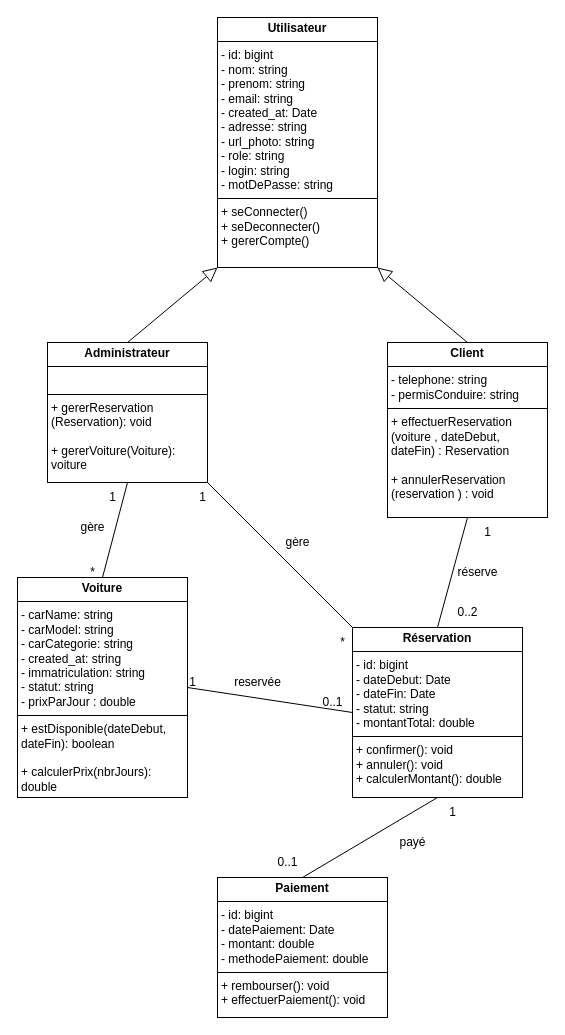
Earlier version of the draw.io diagram conception/class-diagramm.drawio (Marcel-Fassou-28/rentcar_project). Source tidied: cells renumbered, new cells numbered last; positions are measured from the earlier drawing's top-left corner, leaving out a move shared by most shapes. Both pictures are drawn from the tidied source at 100%, with x=0, y=0 at pixel (17, 17).
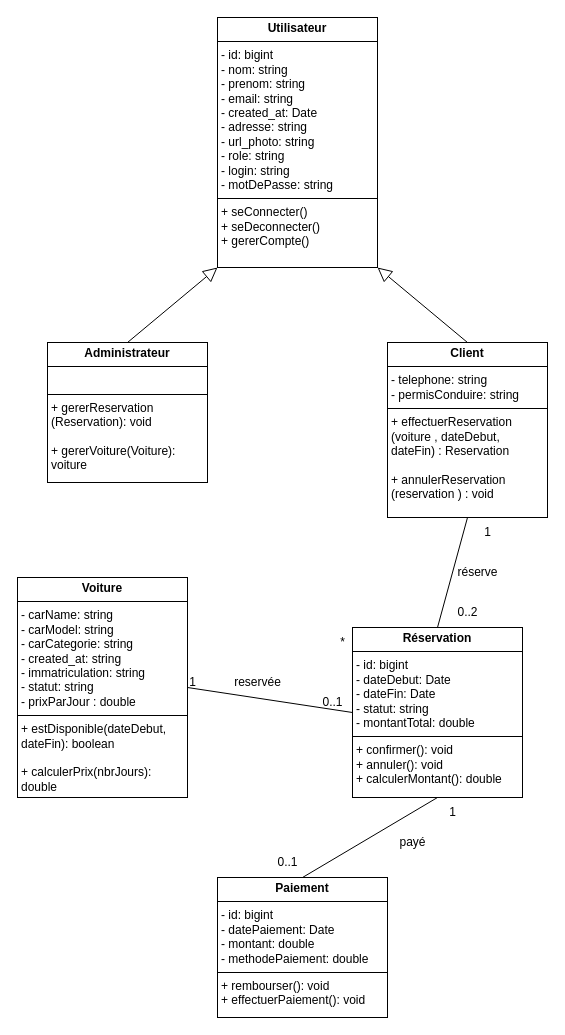
After the change.

Unchanged cells that the change refers to:
```xml
<mxCell id="3" value="&lt;p style=&quot;margin:0px;margin-top:4px;text-align:center;&quot;&gt;&lt;b&gt;Administrateur&lt;/b&gt;&lt;/p&gt;&lt;hr size=&quot;1&quot; style=&quot;border-style:solid;&quot;&gt;&lt;p style=&quot;margin:0px;margin-left:4px;&quot;&gt;&lt;br&gt;&lt;/p&gt;&lt;hr size=&quot;1&quot; style=&quot;border-style:solid;&quot;&gt;&lt;p style=&quot;margin:0px;margin-left:4px;&quot;&gt;+ gererReservation (Reservation): void&lt;/p&gt;&lt;p style=&quot;margin:0px;margin-left:4px;&quot;&gt;&lt;br&gt;&lt;/p&gt;&lt;p style=&quot;margin:0px;margin-left:4px;&quot;&gt;+ gererVoiture(Voiture): voiture&lt;/p&gt;" style="verticalAlign=top;align=left;overflow=fill;html=1;whiteSpace=wrap;" parent="1" vertex="1">
  <mxGeometry x="30" y="325" width="160" height="140" as="geometry" />
</mxCell>
<mxCell id="5" value="&lt;p style=&quot;margin:0px;margin-top:4px;text-align:center;&quot;&gt;&lt;b&gt;Voiture&lt;/b&gt;&lt;/p&gt;&lt;hr size=&quot;1&quot; style=&quot;border-style:solid;&quot;&gt;&lt;p style=&quot;margin:0px;margin-left:4px;&quot;&gt;- carName: string&lt;/p&gt;&lt;p style=&quot;margin:0px;margin-left:4px;&quot;&gt;- carModel: string&lt;/p&gt;&lt;p style=&quot;margin:0px;margin-left:4px;&quot;&gt;- carCategorie: string&lt;/p&gt;&lt;p style=&quot;margin:0px;margin-left:4px;&quot;&gt;- created_at: string&lt;/p&gt;&lt;p style=&quot;margin:0px;margin-left:4px;&quot;&gt;- immatriculation: string&lt;/p&gt;&lt;p style=&quot;margin:0px;margin-left:4px;&quot;&gt;- statut: string&lt;/p&gt;&lt;p style=&quot;margin:0px;margin-left:4px;&quot;&gt;- prixParJour : double&lt;/p&gt;&lt;hr size=&quot;1&quot; style=&quot;border-style:solid;&quot;&gt;&lt;p style=&quot;margin:0px;margin-left:4px;&quot;&gt;&lt;span style=&quot;background-color: transparent;&quot;&gt;+ estDisponible(dateDebut, dateFin): boolean&lt;/span&gt;&lt;/p&gt;&lt;p style=&quot;margin:0px;margin-left:4px;&quot;&gt;&lt;span style=&quot;background-color: transparent;&quot;&gt;&lt;br&gt;&lt;/span&gt;&lt;/p&gt;&lt;p style=&quot;margin:0px;margin-left:4px;&quot;&gt;&lt;span style=&quot;background-color: transparent;&quot;&gt;+ calculerPrix(nbrJours): double&lt;/span&gt;&lt;/p&gt;" style="verticalAlign=top;align=left;overflow=fill;html=1;whiteSpace=wrap;" parent="1" vertex="1">
  <mxGeometry y="560" width="170" height="220" as="geometry" />
</mxCell>
<mxCell id="6" value="&lt;p style=&quot;margin:0px;margin-top:4px;text-align:center;&quot;&gt;&lt;b&gt;Réservation&lt;/b&gt;&lt;/p&gt;&lt;hr size=&quot;1&quot; style=&quot;border-style:solid;&quot;&gt;&lt;p style=&quot;margin:0px;margin-left:4px;&quot;&gt;- id: bigint&lt;/p&gt;&lt;p style=&quot;margin:0px;margin-left:4px;&quot;&gt;- dateDebut: Date&lt;/p&gt;&lt;p style=&quot;margin:0px;margin-left:4px;&quot;&gt;- dateFin: Date&lt;/p&gt;&lt;p style=&quot;margin:0px;margin-left:4px;&quot;&gt;- statut: string&lt;/p&gt;&lt;p style=&quot;margin:0px;margin-left:4px;&quot;&gt;- montantTotal: double&lt;/p&gt;&lt;hr size=&quot;1&quot; style=&quot;border-style:solid;&quot;&gt;&lt;p style=&quot;margin:0px;margin-left:4px;&quot;&gt;+ confirmer(): void&lt;/p&gt;&lt;p style=&quot;margin:0px;margin-left:4px;&quot;&gt;+ annuler(): void&lt;/p&gt;&lt;p style=&quot;margin:0px;margin-left:4px;&quot;&gt;+ calculerMontant(): double&lt;/p&gt;" style="verticalAlign=top;align=left;overflow=fill;html=1;whiteSpace=wrap;" parent="1" vertex="1">
  <mxGeometry x="335" y="610" width="170" height="170" as="geometry" />
</mxCell>
```

The edit, as a diff of the source:
```diff
@@
-    <mxCell id="13" style="endArrow=none;html=1;exitX=0.5;exitY=0;exitDx=0;exitDy=0;entryX=0.5;entryY=1;entryDx=0;entryDy=0;" parent="1" edge="1" source="5" target="3">
-      <mxGeometry relative="1" as="geometry" />
-    </mxCell>
-    <mxCell id="14" style="endArrow=none;html=1;exitX=0;exitY=0;exitDx=0;exitDy=0;entryX=1;entryY=1;entryDx=0;entryDy=0;" parent="1" edge="1" source="6" target="3">
-      <mxGeometry relative="1" as="geometry" />
-    </mxCell>
-    <mxCell id="15" value="1" style="text;html=1;align=center;verticalAlign=middle;strokeColor=none;fillColor=none;" parent="1" vertex="1">
-      <mxGeometry x="80" y="465" width="30" height="30" as="geometry" />
-    </mxCell>
-    <mxCell id="16" value="*" style="text;html=1;align=center;verticalAlign=middle;strokeColor=none;fillColor=none;" parent="1" vertex="1">
-      <mxGeometry x="60" y="540" width="30" height="30" as="geometry" />
-    </mxCell>
-    <mxCell id="17" value="1" style="text;html=1;align=center;verticalAlign=middle;strokeColor=none;fillColor=none;" parent="1" vertex="1">
-      <mxGeometry x="170" y="465" width="30" height="30" as="geometry" />
-    </mxCell>
@@
-    <mxCell id="25" value="gère" style="text;html=1;align=center;verticalAlign=middle;strokeColor=none;fillColor=none;rotation=0;" parent="1" vertex="1">
-      <mxGeometry x="50" y="495" width="50" height="30" as="geometry" />
-    </mxCell>
-    <mxCell id="26" value="gère" style="text;html=1;align=center;verticalAlign=middle;strokeColor=none;fillColor=none;rotation=0;" parent="1" vertex="1">
-      <mxGeometry x="255" y="510" width="50" height="30" as="geometry" />
-    </mxCell>
```
